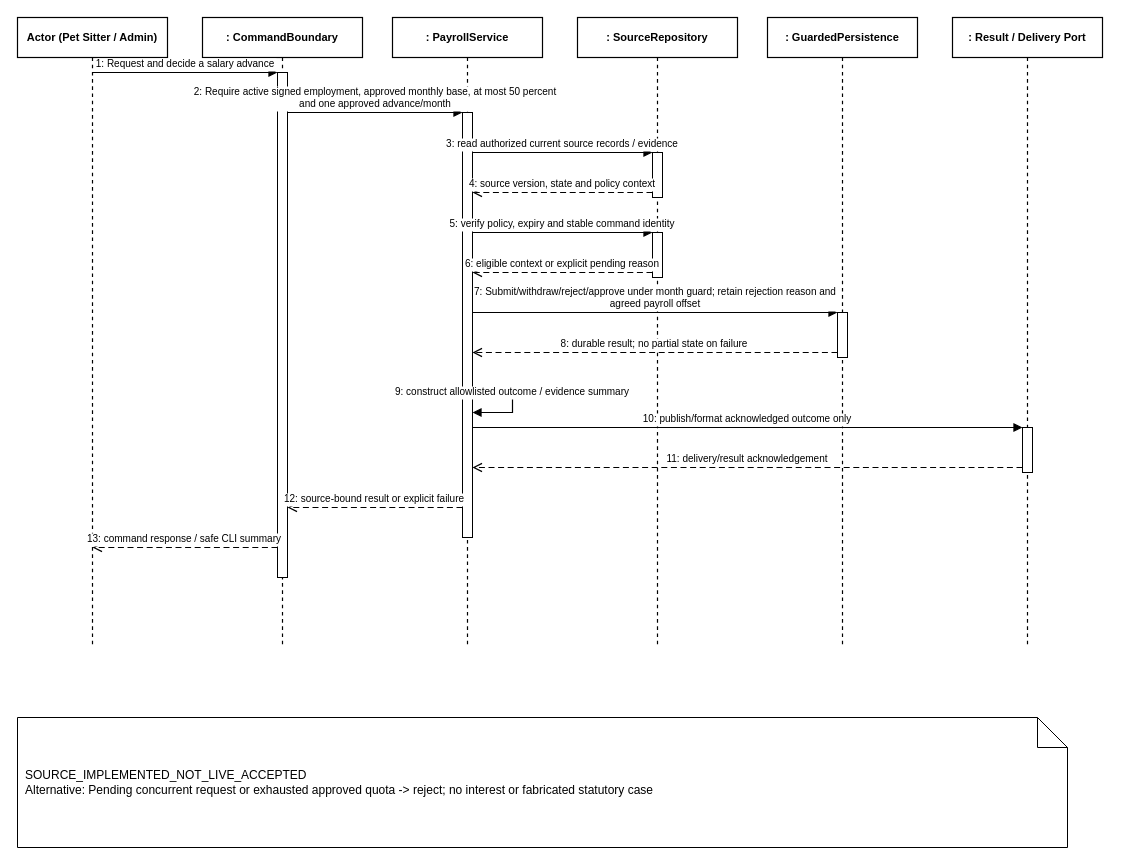
This is doc/reports/report4/sequence/pay-01.drawio from ngocthanhhx7/SEP490_G101_FALL2026, a draw.io file, before an edit. Source tidied: cells renumbered, new cells numbered last; positions are measured from the earlier drawing's top-left corner, leaving out a move shared by most shapes. Both pictures are drawn from the tidied source at 100%, with x=0, y=0 at pixel (17, 17).
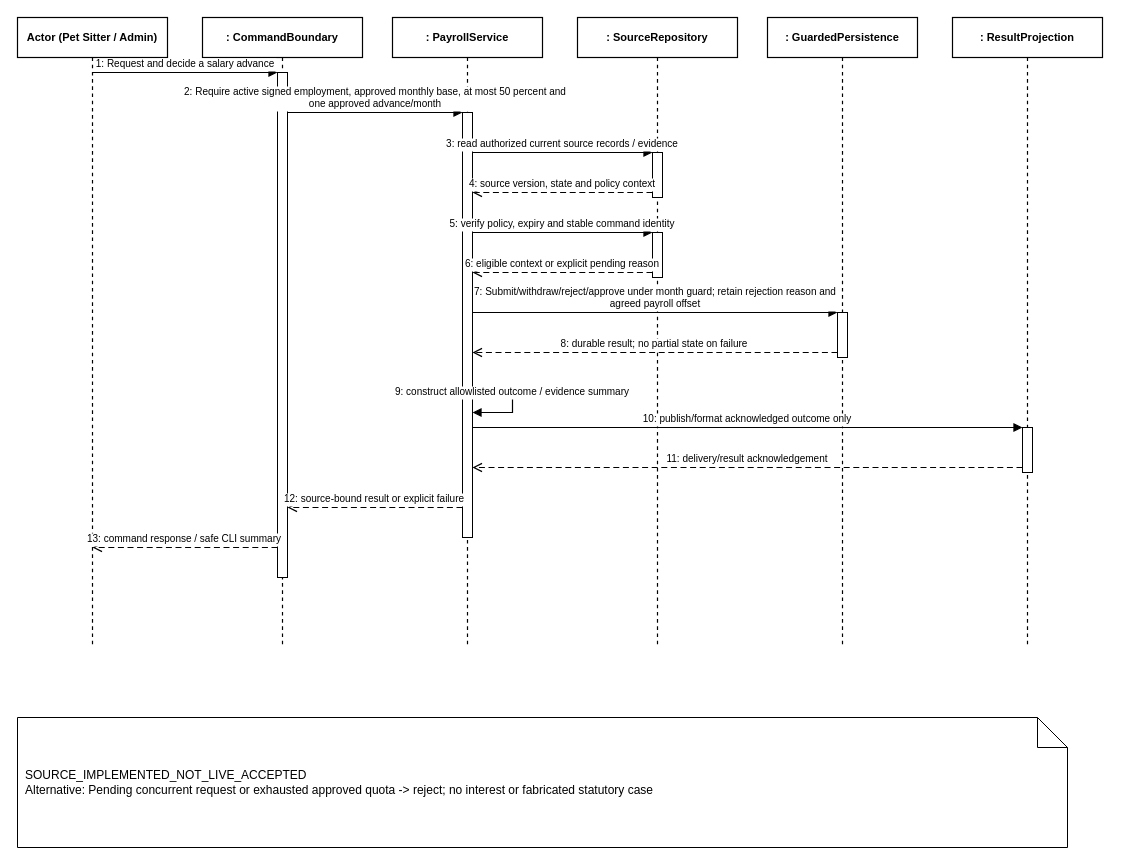
The same diagram, later.

The edit, as a diff of the source:
```diff
@@
-    <mxCell id="7" value=": Result / Delivery Port" style="shape=umlLifeline;perimeter=lifelinePerimeter;whiteSpace=wrap;html=0;size=40;fillColor=#FFFFFF;strokeColor=#000000;strokeWidth=1.2;fontStyle=1;fontSize=11;align=center;" parent="1" vertex="1">
+    <mxCell id="7" value=": ResultProjection" style="shape=umlLifeline;perimeter=lifelinePerimeter;whiteSpace=wrap;html=0;size=40;fillColor=#FFFFFF;strokeColor=#000000;strokeWidth=1.2;fontStyle=1;fontSize=11;align=center;" parent="1" vertex="1">
       <mxGeometry x="935" width="150" height="630" as="geometry" />
     </mxCell>
@@
-    <mxCell id="15" value="2: Require active signed employment, approved monthly base, at most 50 percent&#10;and one approved advance/month" style="html=0;verticalAlign=bottom;endArrow=block;endFill=1;strokeColor=#000000;strokeWidth=1.2;fontSize=10;fontColor=#000000;edgeStyle=orthogonalEdgeStyle;rounded=0;" parent="1" edge="1">
+    <mxCell id="15" value="2: Require active signed employment, approved monthly base, at most 50 percent and&#10;one approved advance/month" style="html=0;verticalAlign=bottom;endArrow=block;endFill=1;strokeColor=#000000;strokeWidth=1.2;fontSize=10;fontColor=#000000;edgeStyle=orthogonalEdgeStyle;rounded=0;" parent="1" edge="1">
       <mxGeometry relative="1" as="geometry">
         <mxPoint x="270" y="95" as="sourcePoint" />
         <mxPoint x="445" y="95" as="targetPoint" />
       </mxGeometry>
     </mxCell>
```
